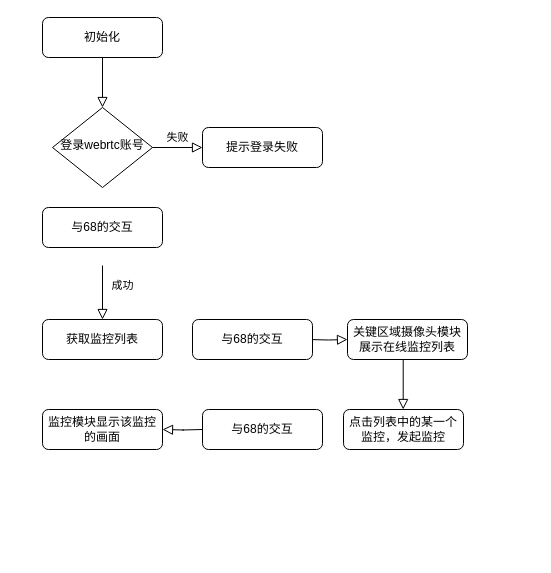
MiYa-WX/vue-my keeps this draw.io diagram as Untitled Diagram.drawio. Above is the earlier version. Source tidied: cells renumbered, new cells numbered last; positions are measured from the earlier drawing's top-left corner, leaving out a move shared by most shapes. Both pictures are drawn from the tidied source at 100%, with x=0, y=0 at pixel (42, 17).
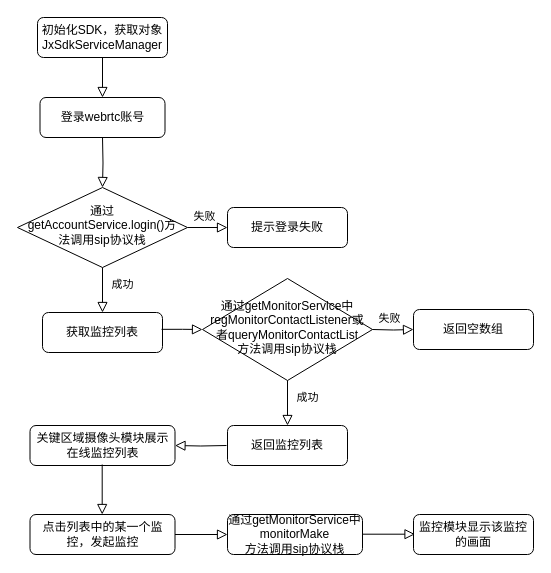
After the change.

What changed in the source:
```diff
@@
-    <mxCell id="2" style="rounded=0;html=1;jettySize=auto;fontSize=11;endArrow=block;endFill=0;endSize=8;strokeWidth=1;shadow=0;labelBackgroundColor=none;edgeStyle=orthogonalEdgeStyle;" parent="1" edge="1" source="3" target="6">
+    <mxCell id="2" style="rounded=0;html=1;jettySize=auto;fontSize=11;endArrow=block;endFill=0;endSize=8;strokeWidth=1;shadow=0;labelBackgroundColor=none;edgeStyle=orthogonalEdgeStyle;" parent="1" edge="1" source="3" target="17">
       <mxGeometry relative="1" as="geometry" />
     </mxCell>
-    <mxCell id="3" value="初始化" style="rounded=1;whiteSpace=wrap;html=1;fontSize=12;glass=0;strokeWidth=1;shadow=0;" parent="1" vertex="1">
-      <mxGeometry width="120" height="40" as="geometry" />
+    <mxCell id="3" value="初始化SDK，获取对象JxSdkServiceManager" style="rounded=1;whiteSpace=wrap;html=1;fontSize=12;glass=0;strokeWidth=1;shadow=0;" parent="1" vertex="1">
+      <mxGeometry x="-5" width="130" height="40" as="geometry" />
     </mxCell>
-    <mxCell id="4" value="成功" style="rounded=0;html=1;jettySize=auto;orthogonalLoop=1;fontSize=11;endArrow=block;endFill=0;endSize=8;strokeWidth=1;shadow=0;labelBackgroundColor=none;edgeStyle=orthogonalEdgeStyle;entryX=0.5;entryY=0;entryDx=0;entryDy=0;" parent="1" edge="1">
+    <mxCell id="4" value="成功" style="rounded=0;html=1;jettySize=auto;fontSize=11;endArrow=block;endFill=0;endSize=8;strokeWidth=1;shadow=0;labelBackgroundColor=none;edgeStyle=orthogonalEdgeStyle;entryX=0.5;entryY=0;entryDx=0;entryDy=0;exitX=0.5;exitY=1;exitDx=0;exitDy=0;" parent="1" edge="1" source="6">
       <mxGeometry x="-0.26" y="20" relative="1" as="geometry">
-        <mxPoint x="60" y="248" as="sourcePoint" />
-        <mxPoint x="60" y="302" as="targetPoint" />
+        <mxPoint x="60" y="295" as="targetPoint" />
       </mxGeometry>
     </mxCell>
-    <mxCell id="5" value="失败" style="edgeStyle=orthogonalEdgeStyle;rounded=0;html=1;jettySize=auto;fontSize=11;endArrow=block;endFill=0;endSize=8;strokeWidth=1;shadow=0;labelBackgroundColor=none;" parent="1" edge="1" source="6" target="7">
-      <mxGeometry y="10" relative="1" as="geometry" />
+    <mxCell id="5" value="失败" style="edgeStyle=orthogonalEdgeStyle;rounded=0;html=1;jettySize=auto;fontSize=11;endArrow=block;endFill=0;endSize=8;strokeWidth=1;shadow=0;labelBackgroundColor=none;entryX=0;entryY=0.5;entryDx=0;entryDy=0;exitX=1;exitY=0.5;exitDx=0;exitDy=0;" parent="1" edge="1" source="6" target="7">
+      <mxGeometry x="-0.16" y="11" relative="1" as="geometry" />
     </mxCell>
-    <mxCell id="6" value="登录webrtc账号" style="rhombus;whiteSpace=wrap;html=1;shadow=0;fontFamily=Helvetica;fontSize=12;align=center;strokeWidth=1;spacing=6;spacingTop=-4;" parent="1" vertex="1">
-      <mxGeometry x="10" y="90" width="100" height="80" as="geometry" />
+    <mxCell id="6" value="&lt;span&gt;通过&lt;/span&gt;&lt;span&gt;getAccountService.login()方法调用sip协议栈&lt;/span&gt;" style="rhombus;whiteSpace=wrap;html=1;shadow=0;fontFamily=Helvetica;fontSize=12;align=center;strokeWidth=1;spacing=6;spacingTop=-4;" parent="1" vertex="1">
+      <mxGeometry x="-25" y="170" width="170" height="80" as="geometry" />
     </mxCell>
     <mxCell id="7" value="提示登录失败" style="rounded=1;whiteSpace=wrap;html=1;fontSize=12;glass=0;strokeWidth=1;shadow=0;" parent="1" vertex="1">
-      <mxGeometry x="160" y="110" width="120" height="40" as="geometry" />
+      <mxGeometry x="185" y="190" width="120" height="40" as="geometry" />
     </mxCell>
     <mxCell id="8" value="关键区域摄像头模块展示在线监控列表" style="rounded=1;whiteSpace=wrap;html=1;fontSize=12;glass=0;strokeWidth=1;shadow=0;" parent="1" vertex="1">
-      <mxGeometry x="305" y="302" width="120" height="40" as="geometry" />
+      <mxGeometry x="-12.5" y="408" width="145" height="40" as="geometry" />
     </mxCell>
     <mxCell id="9" value="获取监控列表" style="rounded=1;whiteSpace=wrap;html=1;fontSize=12;glass=0;strokeWidth=1;shadow=0;" parent="1" vertex="1">
-      <mxGeometry y="302" width="120" height="40" as="geometry" />
+      <mxGeometry y="295" width="120" height="40" as="geometry" />
     </mxCell>
-    <mxCell id="10" style="rounded=0;html=1;jettySize=auto;fontSize=11;endArrow=block;endFill=0;endSize=8;strokeWidth=1;shadow=0;labelBackgroundColor=none;edgeStyle=orthogonalEdgeStyle;entryX=0;entryY=0.5;entryDx=0;entryDy=0;exitX=1;exitY=0.5;exitDx=0;exitDy=0;" parent="1" edge="1" target="8">
-      <mxGeometry relative="1" as="geometry">
-        <mxPoint x="265" y="322" as="sourcePoint" />
-      </mxGeometry>
+    <mxCell id="10" style="rounded=0;html=1;jettySize=auto;fontSize=11;endArrow=block;endFill=0;endSize=8;strokeWidth=1;shadow=0;labelBackgroundColor=none;edgeStyle=orthogonalEdgeStyle;exitX=1;exitY=0.5;exitDx=0;exitDy=0;entryX=0;entryY=0.5;entryDx=0;entryDy=0;" parent="1" edge="1" source="11" target="16">
+      <mxGeometry relative="1" as="geometry" />
     </mxCell>
     <mxCell id="11" value="点击列表中的某一个监控，发起监控" style="rounded=1;whiteSpace=wrap;html=1;fontSize=12;glass=0;strokeWidth=1;shadow=0;" parent="1" vertex="1">
-      <mxGeometry x="301" y="392" width="120" height="40" as="geometry" />
+      <mxGeometry x="-12.5" y="497" width="145" height="40" as="geometry" />
     </mxCell>
     <mxCell id="12" style="rounded=0;html=1;jettySize=auto;orthogonalLoop=1;fontSize=11;endArrow=block;endFill=0;endSize=8;strokeWidth=1;shadow=0;labelBackgroundColor=none;edgeStyle=orthogonalEdgeStyle;" parent="1" edge="1">
       <mxGeometry relative="1" as="geometry">
-        <mxPoint x="360.7" y="342" as="sourcePoint" />
-        <mxPoint x="360.7" y="392" as="targetPoint" />
+        <mxPoint x="59.7" y="447" as="sourcePoint" />
+        <mxPoint x="59.7" y="497" as="targetPoint" />
       </mxGeometry>
     </mxCell>
     <mxCell id="13" value="监控模块显示该监控的画面" style="rounded=1;whiteSpace=wrap;html=1;fontSize=12;glass=0;strokeWidth=1;shadow=0;" parent="1" vertex="1">
-      <mxGeometry y="392" width="120" height="40" as="geometry" />
+      <mxGeometry x="371" y="497" width="120" height="40" as="geometry" />
     </mxCell>
-    <mxCell id="14" style="rounded=0;html=1;jettySize=auto;orthogonalLoop=1;fontSize=11;endArrow=block;endFill=0;endSize=8;strokeWidth=1;shadow=0;labelBackgroundColor=none;edgeStyle=orthogonalEdgeStyle;" parent="1" edge="1">
+    <mxCell id="14" style="rounded=0;html=1;jettySize=auto;fontSize=11;endArrow=block;endFill=0;endSize=8;strokeWidth=1;shadow=0;labelBackgroundColor=none;edgeStyle=orthogonalEdgeStyle;entryX=1;entryY=0.5;entryDx=0;entryDy=0;" parent="1" edge="1" target="8">
       <mxGeometry relative="1" as="geometry">
-        <mxPoint x="160" y="412" as="sourcePoint" />
-        <mxPoint x="120" y="412" as="targetPoint" />
+        <mxPoint x="184" y="428" as="sourcePoint" />
       </mxGeometry>
     </mxCell>
-    <mxCell id="15" value="与68的交互" style="rounded=1;whiteSpace=wrap;html=1;fontSize=12;glass=0;strokeWidth=1;shadow=0;" parent="1" vertex="1">
-      <mxGeometry x="150" y="302" width="120" height="40" as="geometry" />
-    </mxCell>
-    <mxCell id="16" value="与68的交互" style="rounded=1;whiteSpace=wrap;html=1;fontSize=12;glass=0;strokeWidth=1;shadow=0;" parent="1" vertex="1">
-      <mxGeometry x="160" y="392" width="120" height="40" as="geometry" />
+    <mxCell id="16" value="通过getMonitorService中monitorMake&lt;br&gt;方法调用sip协议栈" style="rounded=1;whiteSpace=wrap;html=1;fontSize=12;glass=0;strokeWidth=1;shadow=0;" parent="1" vertex="1">
+      <mxGeometry x="185" y="497" width="135" height="40" as="geometry" />
     </mxCell>
-    <mxCell id="17" value="与68的交互" style="rounded=1;whiteSpace=wrap;html=1;fontSize=12;glass=0;strokeWidth=1;shadow=0;" parent="1" vertex="1">
-      <mxGeometry y="190" width="120" height="40" as="geometry" />
+    <mxCell id="17" value="登录webrtc账号" style="rounded=1;whiteSpace=wrap;html=1;fontSize=12;glass=0;strokeWidth=1;shadow=0;" parent="1" vertex="1">
+      <mxGeometry x="-2.5" y="80" width="125" height="40" as="geometry" />
     </mxCell>
+    <mxCell id="18" style="rounded=0;html=1;jettySize=auto;fontSize=11;endArrow=block;endFill=0;endSize=8;strokeWidth=1;shadow=0;labelBackgroundColor=none;edgeStyle=orthogonalEdgeStyle;entryX=0.5;entryY=0;entryDx=0;entryDy=0;" parent="1" edge="1" target="6">
+      <mxGeometry relative="1" as="geometry">
+        <mxPoint x="60" y="120" as="sourcePoint" />
+      </mxGeometry>
+    </mxCell>
+    <mxCell id="19" value="&lt;span&gt;通过&lt;/span&gt;&lt;span&gt;getMonitorService中regMonitorContactListener或者queryMonitorContactList&lt;br&gt;方法调用sip协议栈&lt;/span&gt;" style="rhombus;html=1;shadow=0;fontFamily=Helvetica;fontSize=12;align=center;strokeWidth=1;spacing=6;spacingTop=-4;horizontal=1;whiteSpace=wrap;" parent="1" vertex="1">
+      <mxGeometry x="160" y="261" width="170" height="102" as="geometry" />
+    </mxCell>
+    <mxCell id="20" style="rounded=0;html=1;jettySize=auto;fontSize=11;endArrow=block;endFill=0;endSize=8;strokeWidth=1;shadow=0;labelBackgroundColor=none;edgeStyle=orthogonalEdgeStyle;entryX=0;entryY=0.5;entryDx=0;entryDy=0;exitX=0.992;exitY=0.421;exitDx=0;exitDy=0;exitPerimeter=0;" parent="1" edge="1" source="9" target="19">
+      <mxGeometry relative="1" as="geometry" />
+    </mxCell>
+    <mxCell id="21" value="成功" style="rounded=0;html=1;jettySize=auto;orthogonalLoop=1;fontSize=11;endArrow=block;endFill=0;endSize=8;strokeWidth=1;shadow=0;labelBackgroundColor=none;edgeStyle=orthogonalEdgeStyle;entryX=0.5;entryY=0;entryDx=0;entryDy=0;exitX=0.5;exitY=1;exitDx=0;exitDy=0;" parent="1" edge="1">
+      <mxGeometry x="-0.26" y="20" relative="1" as="geometry">
+        <mxPoint x="245" y="363" as="sourcePoint" />
+        <mxPoint x="245" y="408" as="targetPoint" />
+      </mxGeometry>
+    </mxCell>
+    <mxCell id="22" value="失败" style="edgeStyle=orthogonalEdgeStyle;rounded=0;html=1;jettySize=auto;fontSize=11;endArrow=block;endFill=0;endSize=8;strokeWidth=1;shadow=0;labelBackgroundColor=none;entryX=0;entryY=0.5;entryDx=0;entryDy=0;exitX=1;exitY=0.5;exitDx=0;exitDy=0;" parent="1" edge="1" target="23">
+      <mxGeometry x="-0.16" y="11" relative="1" as="geometry">
+        <mxPoint x="330" y="312" as="sourcePoint" />
+      </mxGeometry>
+    </mxCell>
+    <mxCell id="23" value="返回空数组" style="rounded=1;whiteSpace=wrap;html=1;fontSize=12;glass=0;strokeWidth=1;shadow=0;" parent="1" vertex="1">
+      <mxGeometry x="371" y="292" width="120" height="40" as="geometry" />
+    </mxCell>
+    <mxCell id="24" value="返回监控列表" style="rounded=1;whiteSpace=wrap;html=1;fontSize=12;glass=0;strokeWidth=1;shadow=0;" parent="1" vertex="1">
+      <mxGeometry x="185" y="408" width="120" height="40" as="geometry" />
+    </mxCell>
+    <mxCell id="25" style="rounded=0;html=1;jettySize=auto;orthogonalLoop=1;fontSize=11;endArrow=block;endFill=0;endSize=8;strokeWidth=1;shadow=0;labelBackgroundColor=none;edgeStyle=orthogonalEdgeStyle;exitX=1;exitY=0.5;exitDx=0;exitDy=0;entryX=0;entryY=0.5;entryDx=0;entryDy=0;" parent="1" edge="1">
+      <mxGeometry relative="1" as="geometry">
+        <mxPoint x="320" y="516.7" as="sourcePoint" />
+        <mxPoint x="372.5" y="516.7" as="targetPoint" />
+      </mxGeometry>
+    </mxCell>
```
